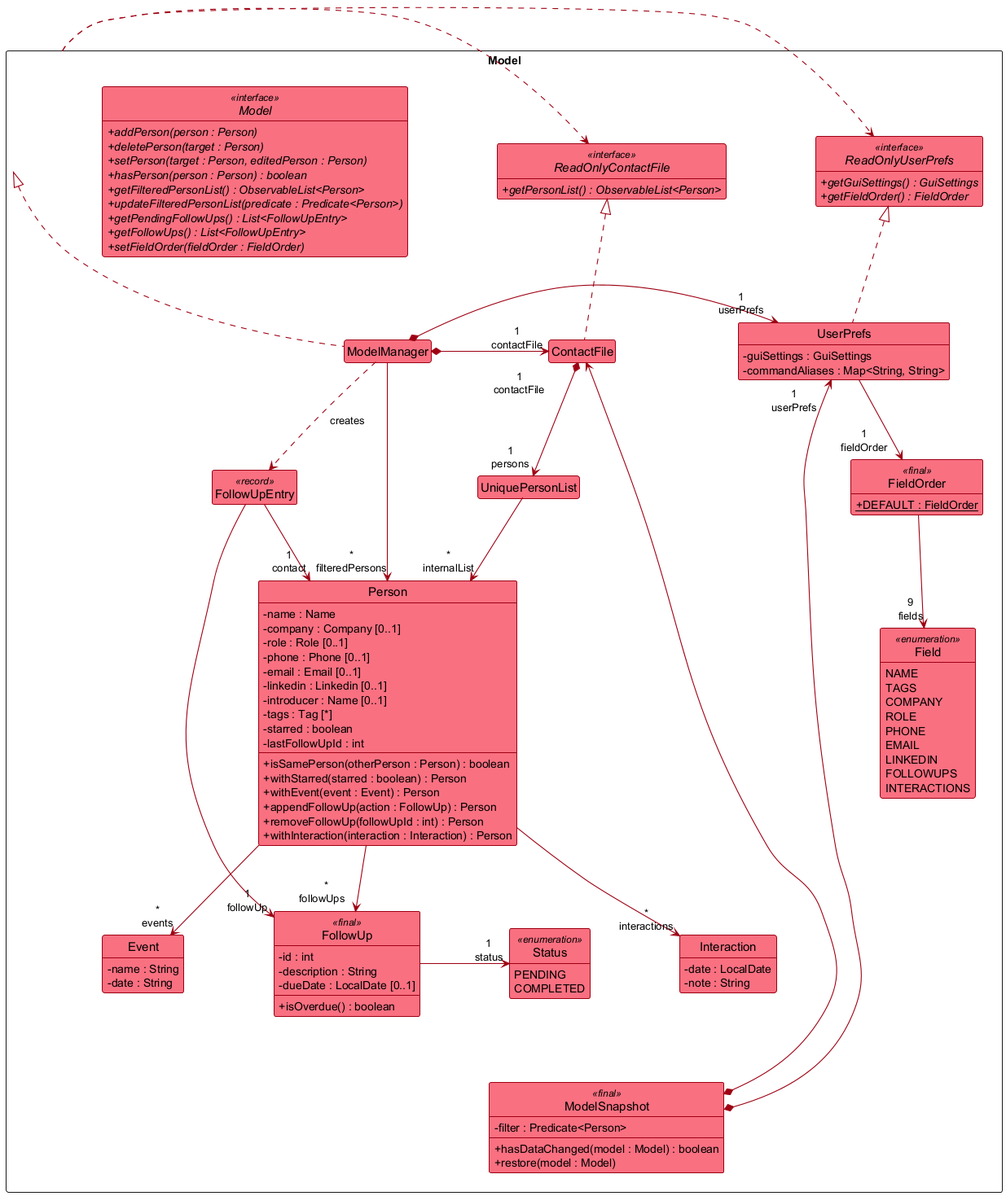
Above: docs/images/ModelClassDiagram.png in AY2627S1-CS2103-F13-2/tp (PlantUML), before the change.
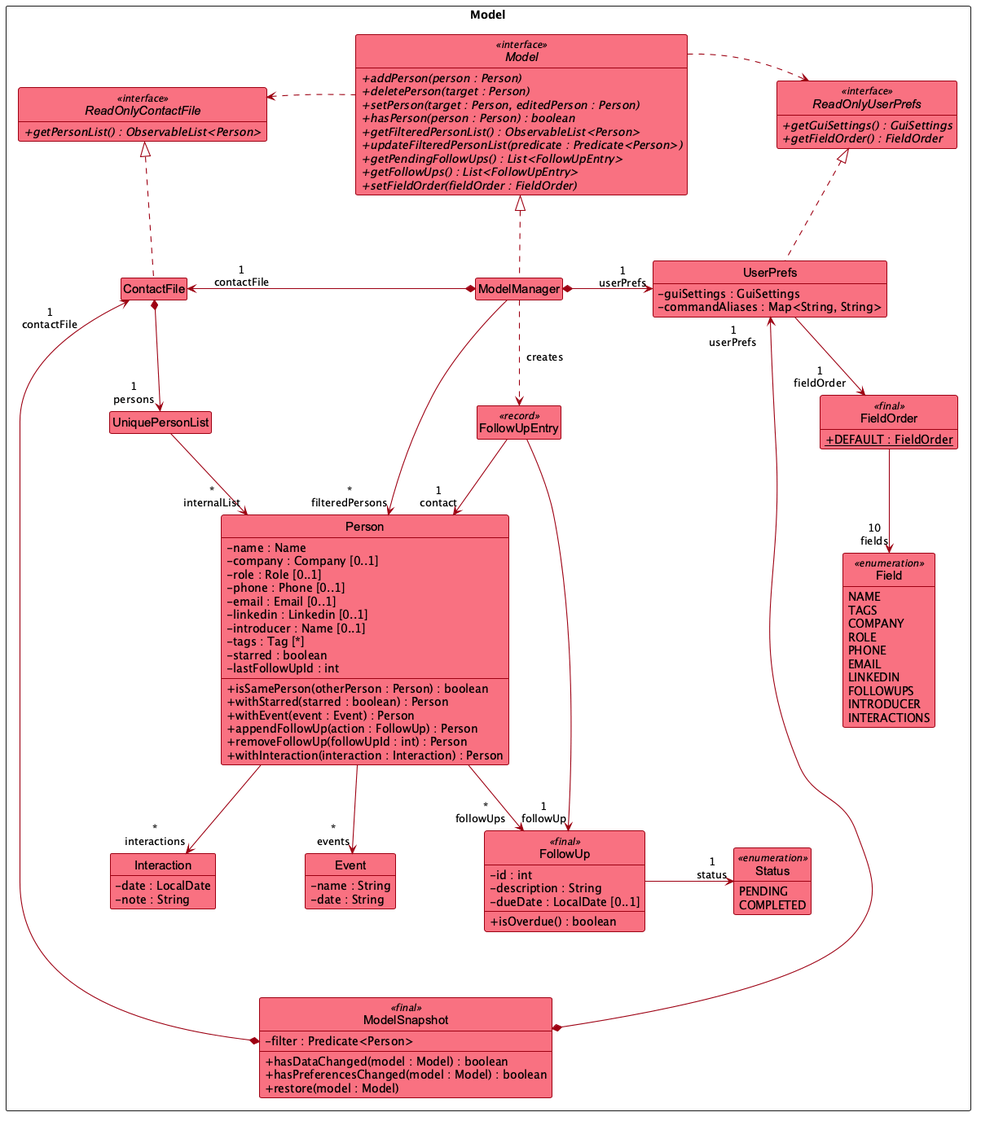
The same diagram one commit later.

Change to the diagram source:
```diff
@@ -16,7 +16,7 @@
 show members
 hide empty members
 
-package Model <<Rectangle>> {
+package Model as ModelPackage <<Rectangle>> {
 
 interface ReadOnlyContactFile <<interface>> {
   +{abstract} getPersonList() : ObservableList<Person>
@@ -51,6 +51,7 @@
 class ModelSnapshot <<final>> {
   -filter : Predicate<Person>
   +hasDataChanged(model : Model) : boolean
+  +hasPreferencesChanged(model : Model) : boolean
   +restore(model : Model)
 }
 
@@ -67,6 +68,7 @@
   EMAIL
   LINKEDIN
   FOLLOWUPS
+  INTRODUCER
   INTERACTIONS
 }
 
@@ -133,7 +135,7 @@
 ContactFile *-down-> "1\npersons" UniquePersonList
 
 UserPrefs -down-> "1<U+00A0><U+00A0><U+00A0>\nfieldOrder<U+00A0><U+00A0><U+00A0>" FieldOrder
-FieldOrder -down-> "9\nfields" Field
+FieldOrder -down-> "10\nfields" Field
 UniquePersonList -down-> "*\ninternalList" Person
 ModelManager -down-> "*\nfilteredPersons" Person
 Person -down-> "*\ninteractions" Interaction
```
